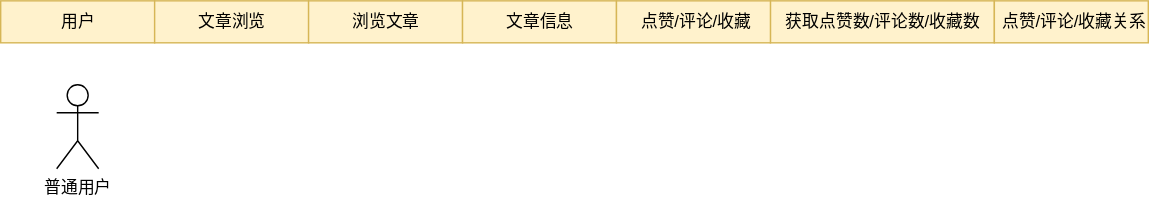
Before: 文章浏览序列图.drawio.svg, a diagram exported from draw.io (WuShangMo/SquidGame1). Source tidied: cells renumbered, new cells last; positions are measured from the earlier drawing's top-left corner, leaving out a move shared by most shapes.
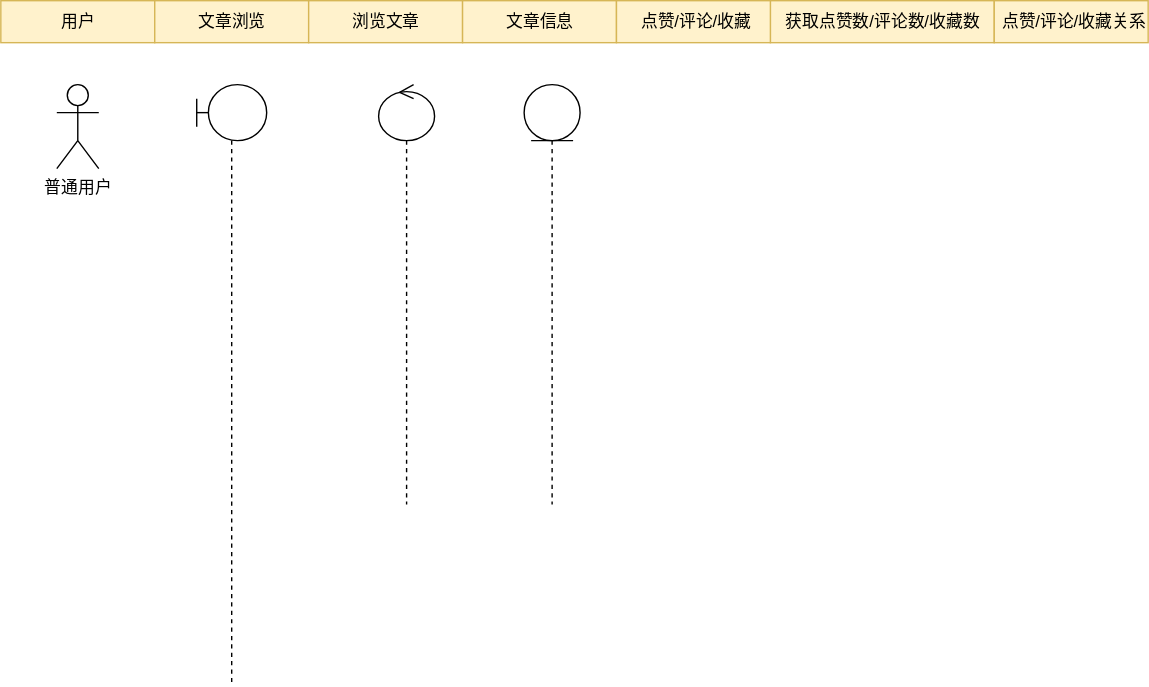
After the commit.

Commit message:
更新文章浏览序列图.drawio.svg

Change to the diagram source:
```diff
@@ -26,5 +26,14 @@
     <mxCell id="9" value="&amp;nbsp;点赞/评论/收藏" style="html=1;fillColor=#fff2cc;strokeColor=#d6b656;" parent="1" vertex="1">
       <mxGeometry x="440" width="110" height="30" as="geometry" />
     </mxCell>
+    <mxCell id="10" style="shape=umlLifeline;participant=umlBoundary;perimeter=lifelinePerimeter;whiteSpace=wrap;html=1;verticalAlign=top;spacingTop=36;" parent="1" vertex="1">
+      <mxGeometry x="140" y="60" width="50" height="430" as="geometry" />
+    </mxCell>
+    <mxCell id="11" style="shape=umlLifeline;participant=umlControl;perimeter=lifelinePerimeter;whiteSpace=wrap;html=1;verticalAlign=top;spacingTop=36;" parent="1" vertex="1">
+      <mxGeometry x="270" y="60" width="40" height="300" as="geometry" />
+    </mxCell>
+    <mxCell id="12" style="shape=umlLifeline;participant=umlEntity;perimeter=lifelinePerimeter;whiteSpace=wrap;html=1;verticalAlign=top;spacingTop=36;" parent="1" vertex="1">
+      <mxGeometry x="374" y="60" width="40" height="300" as="geometry" />
+    </mxCell>
   </root>
 </mxGraphModel>
```
